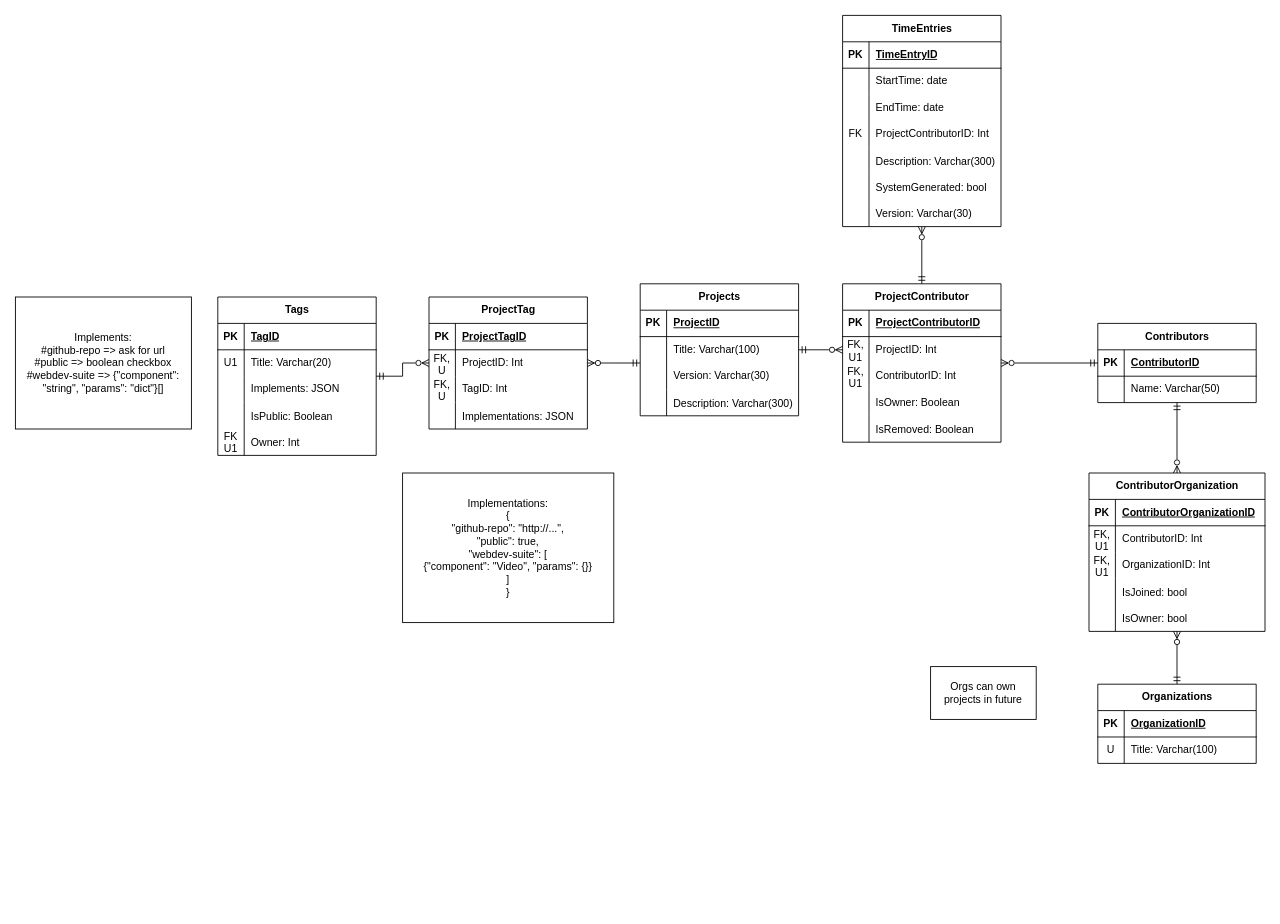
The draw.io diagram Documentation/projectmanager.drawio in TheChar/SphereAPI, before the edit. Source tidied: cells renumbered, new cells numbered last; positions are measured from the earlier drawing's top-left corner, leaving out a move shared by most shapes. Both pictures are drawn from the tidied source at 88%, with x=0, y=0 at pixel (15, 15).
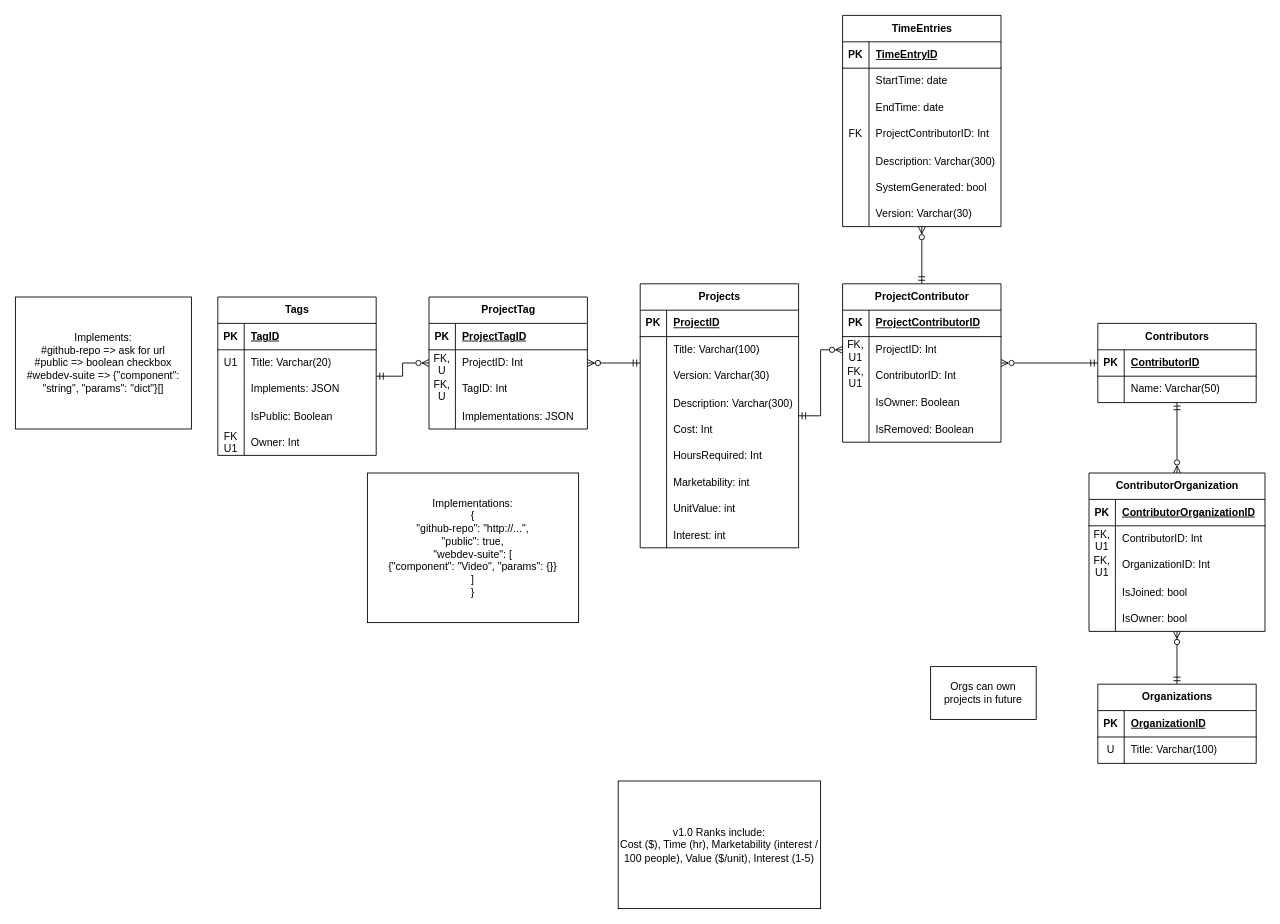
The same page after the edit.

What changed in the source:
```diff
@@
     <mxCell id="3" value="Projects" style="shape=table;startSize=30;childLayout=tableLayout;rowLines=0;fontStyle=1;align=center;html=1;" parent="1" vertex="1">
-      <mxGeometry x="710" y="305" width="180" height="150" as="geometry" />
+      <mxGeometry x="710" y="305" width="180" height="300" as="geometry" />
     </mxCell>
@@
+    <mxCell id="122" style="shape=tableRow;horizontal=0;startSize=0;swimlaneHead=0;swimlaneBody=0;fillColor=none;top=0;left=0;right=0;bottom=0;" parent="3" vertex="1">
+      <mxGeometry y="150" width="180" height="30" as="geometry" />
+    </mxCell>
+    <mxCell id="123" style="shape=partialRectangle;fillColor=none;top=0;left=0;bottom=0;right=0;overflow=hidden;" parent="122" vertex="1">
+      <mxGeometry width="30" height="30" as="geometry" />
+    </mxCell>
+    <mxCell id="124" value="Cost: Int" style="shape=partialRectangle;fillColor=none;top=0;left=0;bottom=0;right=0;align=left;spacingLeft=6;overflow=hidden;" parent="122" vertex="1">
+      <mxGeometry x="30" width="150" height="30" as="geometry" />
+    </mxCell>
+    <mxCell id="125" style="shape=tableRow;horizontal=0;startSize=0;swimlaneHead=0;swimlaneBody=0;fillColor=none;top=0;left=0;right=0;bottom=0;" parent="3" vertex="1">
+      <mxGeometry y="180" width="180" height="30" as="geometry" />
+    </mxCell>
+    <mxCell id="126" style="shape=partialRectangle;fillColor=none;top=0;left=0;bottom=0;right=0;overflow=hidden;" parent="125" vertex="1">
+      <mxGeometry width="30" height="30" as="geometry" />
+    </mxCell>
+    <mxCell id="127" value="HoursRequired: Int" style="shape=partialRectangle;fillColor=none;top=0;left=0;bottom=0;right=0;align=left;spacingLeft=6;overflow=hidden;" parent="125" vertex="1">
+      <mxGeometry x="30" width="150" height="30" as="geometry" />
+    </mxCell>
+    <mxCell id="128" style="shape=tableRow;horizontal=0;startSize=0;swimlaneHead=0;swimlaneBody=0;fillColor=none;top=0;left=0;right=0;bottom=0;" parent="3" vertex="1">
+      <mxGeometry y="210" width="180" height="30" as="geometry" />
+    </mxCell>
+    <mxCell id="129" style="shape=partialRectangle;fillColor=none;top=0;left=0;bottom=0;right=0;overflow=hidden;" parent="128" vertex="1">
+      <mxGeometry width="30" height="30" as="geometry" />
+    </mxCell>
+    <mxCell id="130" value="Marketability: int" style="shape=partialRectangle;fillColor=none;top=0;left=0;bottom=0;right=0;align=left;spacingLeft=6;overflow=hidden;" parent="128" vertex="1">
+      <mxGeometry x="30" width="150" height="30" as="geometry" />
+    </mxCell>
+    <mxCell id="131" style="shape=tableRow;horizontal=0;startSize=0;swimlaneHead=0;swimlaneBody=0;fillColor=none;top=0;left=0;right=0;bottom=0;" parent="3" vertex="1">
+      <mxGeometry y="240" width="180" height="30" as="geometry" />
+    </mxCell>
+    <mxCell id="132" style="shape=partialRectangle;fillColor=none;top=0;left=0;bottom=0;right=0;overflow=hidden;" parent="131" vertex="1">
+      <mxGeometry width="30" height="30" as="geometry" />
+    </mxCell>
+    <mxCell id="133" value="UnitValue: int" style="shape=partialRectangle;fillColor=none;top=0;left=0;bottom=0;right=0;align=left;spacingLeft=6;overflow=hidden;" parent="131" vertex="1">
+      <mxGeometry x="30" width="150" height="30" as="geometry" />
+    </mxCell>
+    <mxCell id="134" style="shape=tableRow;horizontal=0;startSize=0;swimlaneHead=0;swimlaneBody=0;fillColor=none;top=0;left=0;right=0;bottom=0;" parent="3" vertex="1">
+      <mxGeometry y="270" width="180" height="30" as="geometry" />
+    </mxCell>
+    <mxCell id="135" style="shape=partialRectangle;fillColor=none;top=0;left=0;bottom=0;right=0;overflow=hidden;" parent="134" vertex="1">
+      <mxGeometry width="30" height="30" as="geometry" />
+    </mxCell>
+    <mxCell id="136" value="Interest: int" style="shape=partialRectangle;fillColor=none;top=0;left=0;bottom=0;right=0;align=left;spacingLeft=6;overflow=hidden;" parent="134" vertex="1">
+      <mxGeometry x="30" width="150" height="30" as="geometry" />
+    </mxCell>
@@
     <mxCell id="120" value="Implementations:&lt;div&gt;{&lt;/div&gt;&lt;div&gt;&quot;github-repo&quot;: &quot;http://...&quot;,&lt;/div&gt;&lt;div&gt;&quot;public&quot;: true,&lt;/div&gt;&lt;div&gt;&quot;webdev-suite&quot;: [&lt;/div&gt;&lt;div&gt;{&quot;component&quot;: &quot;Video&quot;, &quot;params&quot;: {}}&lt;/div&gt;&lt;div&gt;]&lt;/div&gt;&lt;div&gt;}&lt;/div&gt;" style="rounded=0;whiteSpace=wrap;html=1;" parent="1" vertex="1">
-      <mxGeometry x="440" y="520" width="240" height="170" as="geometry" />
+      <mxGeometry x="400" y="520" width="240" height="170" as="geometry" />
     </mxCell>
@@
+    <mxCell id="137" value="v1.0 Ranks include:&lt;div&gt;Cost ($), Time (hr), Marketability (interest / 100 people), Value ($/unit), Interest (1-5)&lt;/div&gt;" style="rounded=0;whiteSpace=wrap;html=1;" parent="1" vertex="1">
+      <mxGeometry x="685" y="870" width="230" height="145" as="geometry" />
+    </mxCell>
```
